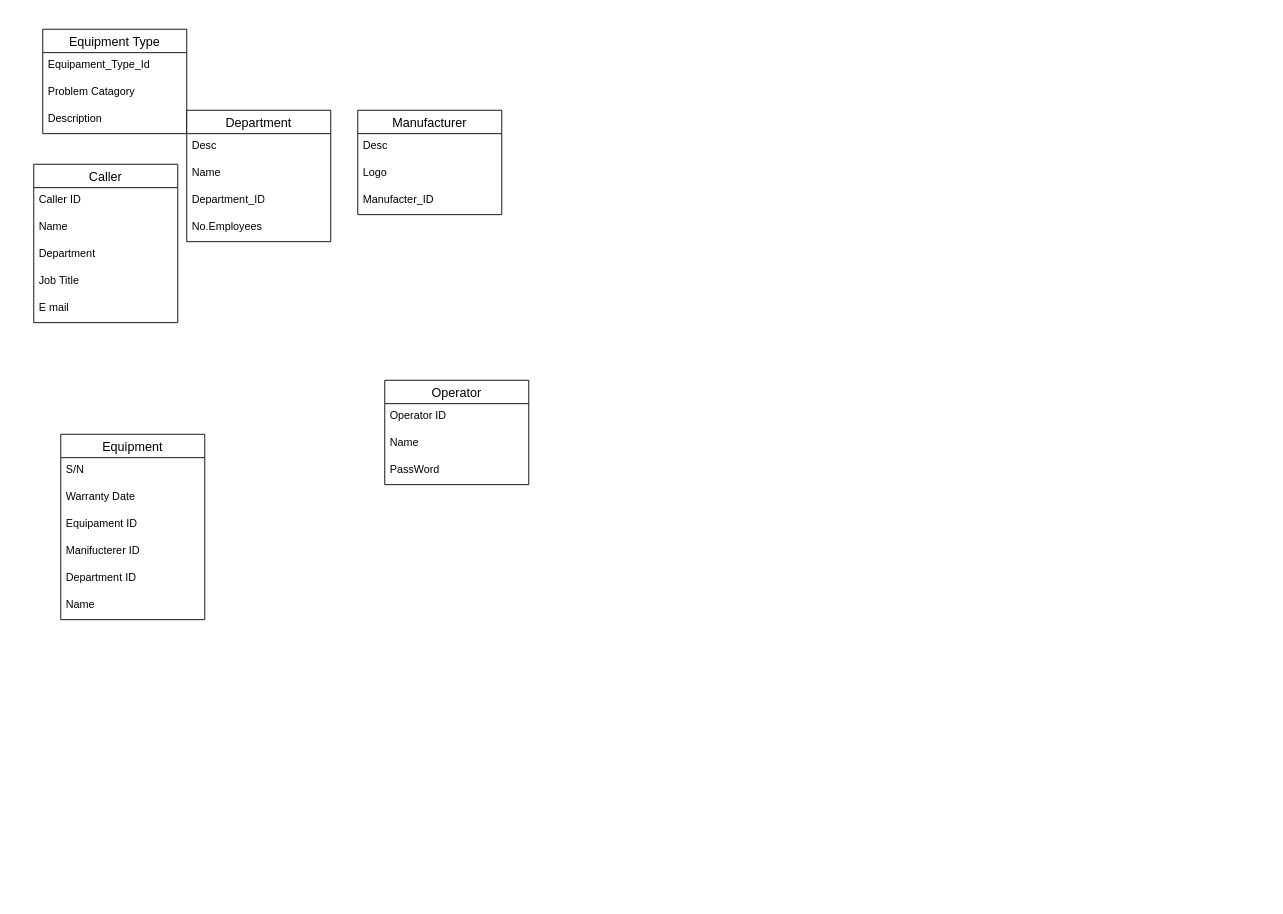
Pitosko/Diagrama-2P keeps this draw.io diagram as DiagramaModeloErEquipamento.drawio. Above is the earlier version. Source tidied: cells renumbered, new cells numbered last; positions are measured from the earlier drawing's top-left corner, leaving out a move shared by most shapes. Both pictures are drawn from the tidied source at 90%, with x=0, y=0 at pixel (33, 29).
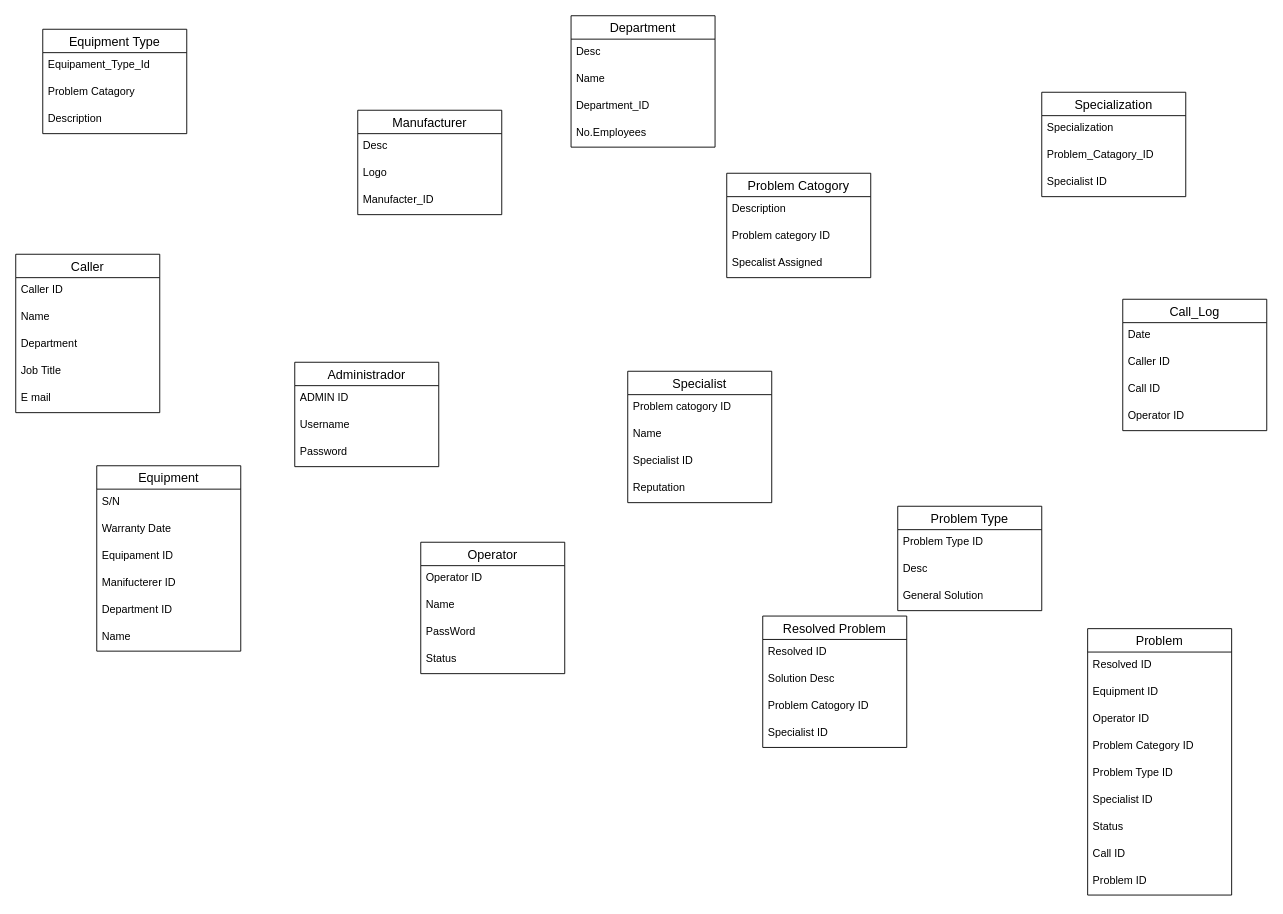
After the change.

Change to the diagram source:
```diff
@@
     <mxCell id="6" value="Department" style="swimlane;fontStyle=0;horizontal=1;startSize=26;align=center;fontSize=14;" parent="1" vertex="1">
-      <mxGeometry x="170" y="90" width="160" height="146" as="geometry" />
+      <mxGeometry x="597" y="-15" width="160" height="146" as="geometry" />
     </mxCell>
@@
     <mxCell id="11" value="Caller" style="swimlane;fontStyle=0;horizontal=1;startSize=26;align=center;fontSize=14;" parent="1" vertex="1">
-      <mxGeometry y="150" width="160" height="176" as="geometry" />
+      <mxGeometry x="-20" y="250" width="160" height="176" as="geometry" />
     </mxCell>
@@
     <mxCell id="17" value="Equipment" style="swimlane;fontStyle=0;horizontal=1;startSize=26;align=center;fontSize=14;" parent="1" vertex="1">
-      <mxGeometry x="30" y="450" width="160" height="206" as="geometry" />
+      <mxGeometry x="70" y="485" width="160" height="206" as="geometry" />
     </mxCell>
@@
     <mxCell id="28" value="Operator" style="swimlane;fontStyle=0;horizontal=1;startSize=26;align=center;fontSize=14;" parent="1" vertex="1">
-      <mxGeometry x="390" y="390" width="160" height="116" as="geometry" />
+      <mxGeometry x="430" y="570" width="160" height="146" as="geometry" />
     </mxCell>
@@
+    <mxCell id="32" value="PassWord" style="text;strokeColor=none;fillColor=none;spacingLeft=4;spacingRight=4;overflow=hidden;fontSize=12;whiteSpace=wrap;html=1;" parent="28" vertex="1">
+      <mxGeometry y="86" width="160" height="30" as="geometry" />
+    </mxCell>
-    <mxCell id="31" value="PassWord" style="text;strokeColor=none;fillColor=none;spacingLeft=4;spacingRight=4;overflow=hidden;fontSize=12;whiteSpace=wrap;html=1;" parent="28" vertex="1">
-      <mxGeometry y="86" width="160" height="30" as="geometry" />
+    <mxCell id="31" value="Status" style="text;strokeColor=none;fillColor=none;spacingLeft=4;spacingRight=4;overflow=hidden;fontSize=12;whiteSpace=wrap;html=1;" parent="28" vertex="1">
+      <mxGeometry y="116" width="160" height="30" as="geometry" />
     </mxCell>
+    <mxCell id="33" value="Call_Log" style="swimlane;fontStyle=0;horizontal=1;startSize=26;align=center;fontSize=14;" parent="1" vertex="1">
+      <mxGeometry x="1210" y="300" width="160" height="146" as="geometry" />
+    </mxCell>
+    <mxCell id="34" value="Date" style="text;strokeColor=none;fillColor=none;spacingLeft=4;spacingRight=4;overflow=hidden;fontSize=12;whiteSpace=wrap;html=1;" parent="33" vertex="1">
+      <mxGeometry y="26" width="160" height="30" as="geometry" />
+    </mxCell>
+    <mxCell id="35" value="Caller ID" style="text;strokeColor=none;fillColor=none;spacingLeft=4;spacingRight=4;overflow=hidden;fontSize=12;whiteSpace=wrap;html=1;" parent="33" vertex="1">
+      <mxGeometry y="56" width="160" height="30" as="geometry" />
+    </mxCell>
+    <mxCell id="36" value="Call ID" style="text;strokeColor=none;fillColor=none;spacingLeft=4;spacingRight=4;overflow=hidden;fontSize=12;whiteSpace=wrap;html=1;" parent="33" vertex="1">
+      <mxGeometry y="86" width="160" height="30" as="geometry" />
+    </mxCell>
+    <mxCell id="37" value="Operator ID" style="text;strokeColor=none;fillColor=none;spacingLeft=4;spacingRight=4;overflow=hidden;fontSize=12;whiteSpace=wrap;html=1;" parent="33" vertex="1">
+      <mxGeometry y="116" width="160" height="30" as="geometry" />
+    </mxCell>
+    <mxCell id="38" value="Problem" style="swimlane;fontStyle=0;horizontal=1;startSize=26;align=center;fontSize=14;" parent="1" vertex="1">
+      <mxGeometry x="1171" y="666" width="160" height="296" as="geometry" />
+    </mxCell>
+    <mxCell id="39" value="Resolved ID" style="text;strokeColor=none;fillColor=none;spacingLeft=4;spacingRight=4;overflow=hidden;fontSize=12;whiteSpace=wrap;html=1;" parent="38" vertex="1">
+      <mxGeometry y="26" width="160" height="30" as="geometry" />
+    </mxCell>
+    <mxCell id="40" value="Equipment ID" style="text;strokeColor=none;fillColor=none;spacingLeft=4;spacingRight=4;overflow=hidden;fontSize=12;whiteSpace=wrap;html=1;" parent="38" vertex="1">
+      <mxGeometry y="56" width="160" height="30" as="geometry" />
+    </mxCell>
+    <mxCell id="41" value="Operator ID" style="text;strokeColor=none;fillColor=none;spacingLeft=4;spacingRight=4;overflow=hidden;fontSize=12;whiteSpace=wrap;html=1;" parent="38" vertex="1">
+      <mxGeometry y="86" width="160" height="30" as="geometry" />
+    </mxCell>
+    <mxCell id="42" value="Problem Category ID" style="text;strokeColor=none;fillColor=none;spacingLeft=4;spacingRight=4;overflow=hidden;fontSize=12;whiteSpace=wrap;html=1;" parent="38" vertex="1">
+      <mxGeometry y="116" width="160" height="30" as="geometry" />
+    </mxCell>
+    <mxCell id="43" value="Problem Type ID" style="text;strokeColor=none;fillColor=none;spacingLeft=4;spacingRight=4;overflow=hidden;fontSize=12;whiteSpace=wrap;html=1;" parent="38" vertex="1">
+      <mxGeometry y="146" width="160" height="30" as="geometry" />
+    </mxCell>
+    <mxCell id="44" value="Specialist ID" style="text;strokeColor=none;fillColor=none;spacingLeft=4;spacingRight=4;overflow=hidden;fontSize=12;whiteSpace=wrap;html=1;" parent="38" vertex="1">
+      <mxGeometry y="176" width="160" height="30" as="geometry" />
+    </mxCell>
+    <mxCell id="45" value="Status" style="text;strokeColor=none;fillColor=none;spacingLeft=4;spacingRight=4;overflow=hidden;fontSize=12;whiteSpace=wrap;html=1;" parent="38" vertex="1">
+      <mxGeometry y="206" width="160" height="30" as="geometry" />
+    </mxCell>
+    <mxCell id="46" value="Call ID" style="text;strokeColor=none;fillColor=none;spacingLeft=4;spacingRight=4;overflow=hidden;fontSize=12;whiteSpace=wrap;html=1;" parent="38" vertex="1">
+      <mxGeometry y="236" width="160" height="30" as="geometry" />
+    </mxCell>
+    <mxCell id="47" value="Problem ID" style="text;strokeColor=none;fillColor=none;spacingLeft=4;spacingRight=4;overflow=hidden;fontSize=12;whiteSpace=wrap;html=1;" parent="38" vertex="1">
+      <mxGeometry y="266" width="160" height="30" as="geometry" />
+    </mxCell>
+    <mxCell id="48" value="Administrador" style="swimlane;fontStyle=0;horizontal=1;startSize=26;align=center;fontSize=14;" parent="1" vertex="1">
+      <mxGeometry x="290" y="370" width="160" height="116" as="geometry" />
+    </mxCell>
+    <mxCell id="49" value="ADMIN ID" style="text;strokeColor=none;fillColor=none;spacingLeft=4;spacingRight=4;overflow=hidden;fontSize=12;whiteSpace=wrap;html=1;" parent="48" vertex="1">
+      <mxGeometry y="26" width="160" height="30" as="geometry" />
+    </mxCell>
+    <mxCell id="50" value="Username" style="text;strokeColor=none;fillColor=none;spacingLeft=4;spacingRight=4;overflow=hidden;fontSize=12;whiteSpace=wrap;html=1;" parent="48" vertex="1">
+      <mxGeometry y="56" width="160" height="30" as="geometry" />
+    </mxCell>
+    <mxCell id="51" value="Password" style="text;strokeColor=none;fillColor=none;spacingLeft=4;spacingRight=4;overflow=hidden;fontSize=12;whiteSpace=wrap;html=1;" parent="48" vertex="1">
+      <mxGeometry y="86" width="160" height="30" as="geometry" />
+    </mxCell>
+    <mxCell id="52" value="Problem Catogory" style="swimlane;fontStyle=0;horizontal=1;startSize=26;align=center;fontSize=14;" parent="1" vertex="1">
+      <mxGeometry x="770" y="160" width="160" height="116" as="geometry" />
+    </mxCell>
+    <mxCell id="53" value="Description" style="text;strokeColor=none;fillColor=none;spacingLeft=4;spacingRight=4;overflow=hidden;fontSize=12;whiteSpace=wrap;html=1;" parent="52" vertex="1">
+      <mxGeometry y="26" width="160" height="30" as="geometry" />
+    </mxCell>
+    <mxCell id="54" value="Problem category ID" style="text;strokeColor=none;fillColor=none;spacingLeft=4;spacingRight=4;overflow=hidden;fontSize=12;whiteSpace=wrap;html=1;" parent="52" vertex="1">
+      <mxGeometry y="56" width="160" height="30" as="geometry" />
+    </mxCell>
+    <mxCell id="55" value="Specalist Assigned" style="text;strokeColor=none;fillColor=none;spacingLeft=4;spacingRight=4;overflow=hidden;fontSize=12;whiteSpace=wrap;html=1;" parent="52" vertex="1">
+      <mxGeometry y="86" width="160" height="30" as="geometry" />
+    </mxCell>
+    <mxCell id="56" value="Problem Type" style="swimlane;fontStyle=0;horizontal=1;startSize=26;align=center;fontSize=14;" parent="1" vertex="1">
+      <mxGeometry x="960" y="530" width="160" height="116" as="geometry" />
+    </mxCell>
+    <mxCell id="57" value="Problem Type ID" style="text;strokeColor=none;fillColor=none;spacingLeft=4;spacingRight=4;overflow=hidden;fontSize=12;whiteSpace=wrap;html=1;" parent="56" vertex="1">
+      <mxGeometry y="26" width="160" height="30" as="geometry" />
+    </mxCell>
+    <mxCell id="58" value="Desc" style="text;strokeColor=none;fillColor=none;spacingLeft=4;spacingRight=4;overflow=hidden;fontSize=12;whiteSpace=wrap;html=1;" parent="56" vertex="1">
+      <mxGeometry y="56" width="160" height="30" as="geometry" />
+    </mxCell>
+    <mxCell id="59" value="General Solution" style="text;strokeColor=none;fillColor=none;spacingLeft=4;spacingRight=4;overflow=hidden;fontSize=12;whiteSpace=wrap;html=1;" parent="56" vertex="1">
+      <mxGeometry y="86" width="160" height="30" as="geometry" />
+    </mxCell>
+    <mxCell id="60" value="Specialist" style="swimlane;fontStyle=0;horizontal=1;startSize=26;align=center;fontSize=14;" parent="1" vertex="1">
+      <mxGeometry x="660" y="380" width="160" height="146" as="geometry" />
+    </mxCell>
+    <mxCell id="61" value="Problem catogory ID" style="text;strokeColor=none;fillColor=none;spacingLeft=4;spacingRight=4;overflow=hidden;fontSize=12;whiteSpace=wrap;html=1;" parent="60" vertex="1">
+      <mxGeometry y="26" width="160" height="30" as="geometry" />
+    </mxCell>
+    <mxCell id="62" value="Name" style="text;strokeColor=none;fillColor=none;spacingLeft=4;spacingRight=4;overflow=hidden;fontSize=12;whiteSpace=wrap;html=1;" parent="60" vertex="1">
+      <mxGeometry y="56" width="160" height="30" as="geometry" />
+    </mxCell>
+    <mxCell id="63" value="Specialist ID " style="text;strokeColor=none;fillColor=none;spacingLeft=4;spacingRight=4;overflow=hidden;fontSize=12;whiteSpace=wrap;html=1;" parent="60" vertex="1">
+      <mxGeometry y="86" width="160" height="30" as="geometry" />
+    </mxCell>
+    <mxCell id="64" value="Reputation" style="text;strokeColor=none;fillColor=none;spacingLeft=4;spacingRight=4;overflow=hidden;fontSize=12;whiteSpace=wrap;html=1;" parent="60" vertex="1">
+      <mxGeometry y="116" width="160" height="30" as="geometry" />
+    </mxCell>
+    <mxCell id="65" value="Resolved Problem" style="swimlane;fontStyle=0;horizontal=1;startSize=26;align=center;fontSize=14;" parent="1" vertex="1">
+      <mxGeometry x="810" y="652" width="160" height="146" as="geometry" />
+    </mxCell>
+    <mxCell id="66" value="Resolved ID" style="text;strokeColor=none;fillColor=none;spacingLeft=4;spacingRight=4;overflow=hidden;fontSize=12;whiteSpace=wrap;html=1;" parent="65" vertex="1">
+      <mxGeometry y="26" width="160" height="30" as="geometry" />
+    </mxCell>
+    <mxCell id="67" value="Solution Desc" style="text;strokeColor=none;fillColor=none;spacingLeft=4;spacingRight=4;overflow=hidden;fontSize=12;whiteSpace=wrap;html=1;" parent="65" vertex="1">
+      <mxGeometry y="56" width="160" height="30" as="geometry" />
+    </mxCell>
+    <mxCell id="68" value="Problem Catogory ID" style="text;strokeColor=none;fillColor=none;spacingLeft=4;spacingRight=4;overflow=hidden;fontSize=12;whiteSpace=wrap;html=1;" parent="65" vertex="1">
+      <mxGeometry y="86" width="160" height="30" as="geometry" />
+    </mxCell>
+    <mxCell id="69" value="Specialist ID" style="text;strokeColor=none;fillColor=none;spacingLeft=4;spacingRight=4;overflow=hidden;fontSize=12;whiteSpace=wrap;html=1;" parent="65" vertex="1">
+      <mxGeometry y="116" width="160" height="30" as="geometry" />
+    </mxCell>
+    <mxCell id="70" value="Specialization" style="swimlane;fontStyle=0;horizontal=1;startSize=26;align=center;fontSize=14;" parent="1" vertex="1">
+      <mxGeometry x="1120" y="70" width="160" height="116" as="geometry" />
+    </mxCell>
+    <mxCell id="71" value="Specialization" style="text;strokeColor=none;fillColor=none;spacingLeft=4;spacingRight=4;overflow=hidden;fontSize=12;whiteSpace=wrap;html=1;" parent="70" vertex="1">
+      <mxGeometry y="26" width="160" height="30" as="geometry" />
+    </mxCell>
+    <mxCell id="72" value="Problem_Catagory_ID" style="text;strokeColor=none;fillColor=none;spacingLeft=4;spacingRight=4;overflow=hidden;fontSize=12;whiteSpace=wrap;html=1;" parent="70" vertex="1">
+      <mxGeometry y="56" width="160" height="30" as="geometry" />
+    </mxCell>
+    <mxCell id="73" value="Specialist ID" style="text;strokeColor=none;fillColor=none;spacingLeft=4;spacingRight=4;overflow=hidden;fontSize=12;whiteSpace=wrap;html=1;" parent="70" vertex="1">
+      <mxGeometry y="86" width="160" height="30" as="geometry" />
+    </mxCell>
```
